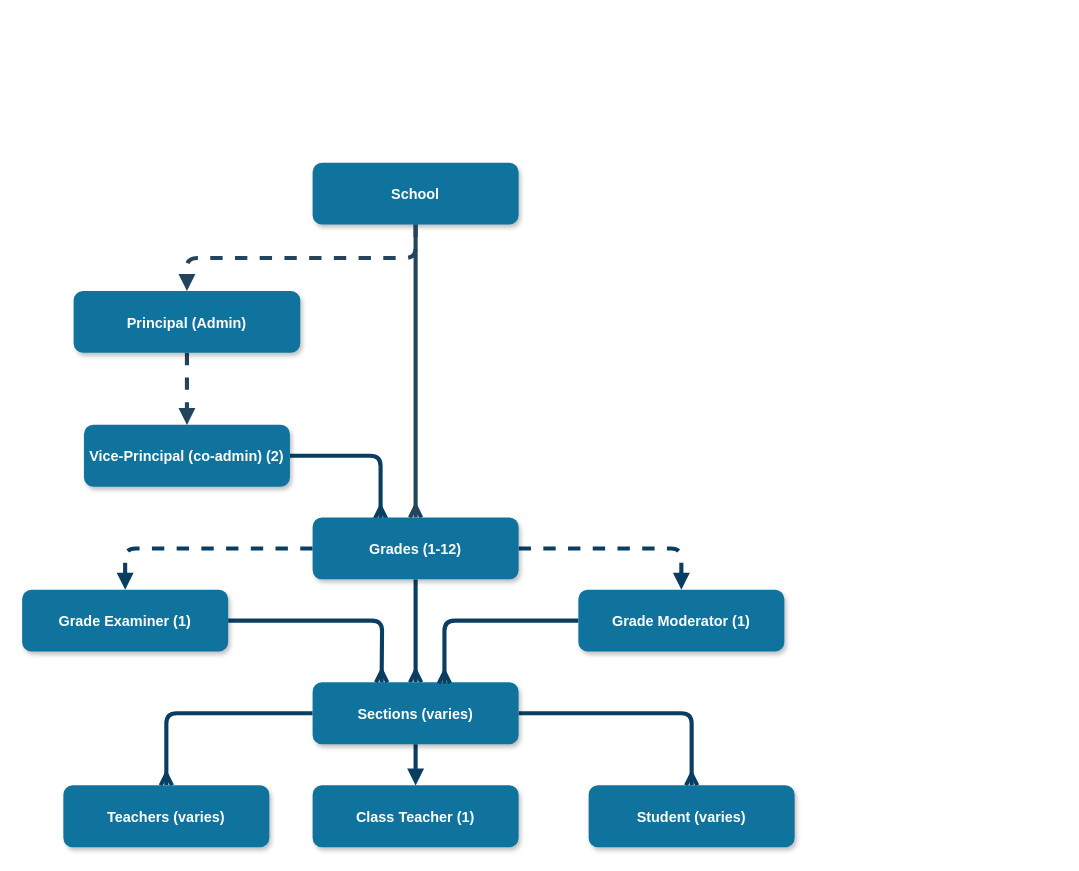
Earlier version of the draw.io diagram veschool-relation-flow.drawio (KRTirtho/veschool-diagrams). Source tidied: cells renumbered, new cells numbered last; positions are measured from the earlier drawing's top-left corner, leaving out a move shared by most shapes. Both pictures are drawn from the tidied source at 103%, with x=0, y=0 at pixel (22, 163).
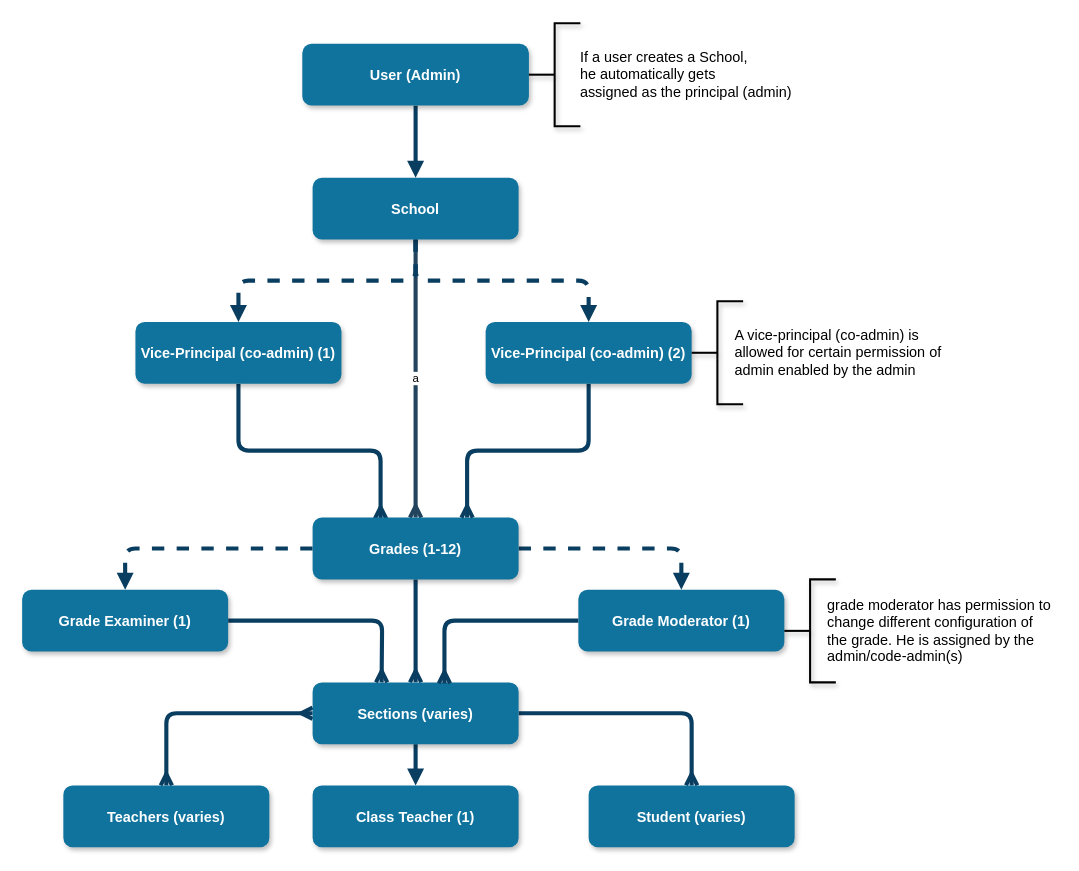
Above is the later version.

The change refers to these unchanged cells:
```xml
<mxCell id="12" value="Grades (1-12)" style="rounded=1;fillColor=#10739E;strokeColor=none;shadow=1;gradientColor=none;fontStyle=1;fontColor=#FFFFFF;fontSize=14;" parent="1" vertex="1">
  <mxGeometry x="282" y="344" width="200" height="60" as="geometry" />
</mxCell>
<mxCell id="16" value="Sections (varies)" style="rounded=1;fillColor=#10739E;strokeColor=none;shadow=1;gradientColor=none;fontStyle=1;fontColor=#FFFFFF;fontSize=14;" parent="1" vertex="1">
  <mxGeometry x="282" y="504" width="200" height="60" as="geometry" />
</mxCell>
<mxCell id="20" value="Teachers (varies)" style="rounded=1;fillColor=#10739E;strokeColor=none;shadow=1;gradientColor=none;fontStyle=1;fontColor=#FFFFFF;fontSize=14;" parent="1" vertex="1">
  <mxGeometry x="40" y="604" width="200" height="60" as="geometry" />
</mxCell>
<mxCell id="23" value="Grade Examiner (1)" style="rounded=1;fillColor=#10739E;strokeColor=none;shadow=1;gradientColor=none;fontStyle=1;fontColor=#FFFFFF;fontSize=14;" parent="1" vertex="1">
  <mxGeometry y="414" width="200" height="60" as="geometry" />
</mxCell>
```

What changed in the source:
```diff
@@
-    <mxCell id="2" style="edgeStyle=elbowEdgeStyle;jettySize=auto;elbow=vertical;html=1;entryX=0.5;entryY=0;entryDx=0;entryDy=0;endArrow=ERmany;endFill=0;strokeColor=#23445D;strokeWidth=4;" parent="1" edge="1" source="3" target="12">
+    <mxCell id="2" value="a" style="edgeStyle=elbowEdgeStyle;jettySize=auto;elbow=vertical;html=1;entryX=0.5;entryY=0;entryDx=0;entryDy=0;endArrow=ERmany;endFill=0;strokeColor=#23445D;strokeWidth=4;" parent="1" edge="1" source="3" target="12">
       <mxGeometry relative="1" as="geometry" />
     </mxCell>
+    <mxCell id="24" style="edgeStyle=orthogonalEdgeStyle;jettySize=auto;html=1;entryX=0.5;entryY=0;entryDx=0;entryDy=0;startFill=0;endArrow=block;endFill=1;strokeColor=#0A3E61;strokeWidth=4;dashed=1;" parent="1" edge="1" source="3" target="29">
+      <mxGeometry relative="1" as="geometry" />
+    </mxCell>
+    <mxCell id="25" style="edgeStyle=orthogonalEdgeStyle;jettySize=auto;html=1;entryX=0.5;entryY=0;entryDx=0;entryDy=0;dashed=1;fontSize=14;fontColor=#FFFFFF;startFill=0;endArrow=block;endFill=1;strokeColor=#0A3E61;strokeWidth=4;" parent="1" edge="1" source="3" target="7">
+      <mxGeometry relative="1" as="geometry" />
+    </mxCell>
     <mxCell id="3" value="School" style="rounded=1;fillColor=#10739E;strokeColor=none;shadow=1;gradientColor=none;fontStyle=1;fontColor=#FFFFFF;fontSize=14;" parent="1" vertex="1">
-      <mxGeometry x="282" y="-0.5" width="200" height="60" as="geometry" />
+      <mxGeometry x="282" y="14" width="200" height="60" as="geometry" />
     </mxCell>
-    <mxCell id="4" style="edgeStyle=elbowEdgeStyle;jettySize=auto;elbow=vertical;html=1;entryX=0.5;entryY=0;entryDx=0;entryDy=0;endArrow=block;endFill=1;strokeColor=#23445D;strokeWidth=4;dashed=1;" parent="1" edge="1" source="5" target="7">
-      <mxGeometry relative="1" as="geometry" />
-    </mxCell>
-    <mxCell id="5" value="Principal (Admin)" style="rounded=1;fillColor=#10739E;strokeColor=none;shadow=1;gradientColor=none;fontStyle=1;fontColor=#FFFFFF;fontSize=14;" parent="1" vertex="1">
-      <mxGeometry x="50" y="124" width="220" height="60" as="geometry" />
-    </mxCell>
-    <mxCell id="6" style="edgeStyle=orthogonalEdgeStyle;jettySize=auto;html=1;startFill=0;endArrow=ERmany;endFill=0;strokeColor=#0A3E61;strokeWidth=4;entryX=0.33;entryY=0.017;entryDx=0;entryDy=0;entryPerimeter=0;" parent="1" edge="1" source="7" target="12">
-      <mxGeometry relative="1" as="geometry" />
-    </mxCell>
-    <mxCell id="7" value="Vice-Principal (co-admin) (2)" style="rounded=1;fillColor=#10739E;strokeColor=none;shadow=1;gradientColor=none;fontStyle=1;fontColor=#FFFFFF;fontSize=14;" parent="1" vertex="1">
-      <mxGeometry x="60" y="254" width="200" height="60" as="geometry" />
-    </mxCell>
-    <mxCell id="8" style="edgeStyle=elbowEdgeStyle;elbow=vertical;strokeWidth=4;endArrow=block;endFill=1;fontStyle=1;strokeColor=#23445D;dashed=1;" parent="1" edge="1" source="3" target="5">
-      <mxGeometry x="22" y="165.5" as="geometry" />
-    </mxCell>
+    <mxCell id="26" style="edgeStyle=orthogonalEdgeStyle;jettySize=auto;html=1;entryX=0.5;entryY=0;entryDx=0;entryDy=0;startFill=0;endArrow=block;endFill=1;strokeColor=#0A3E61;strokeWidth=4;" parent="1" edge="1" source="27" target="3">
+      <mxGeometry relative="1" as="geometry" />
+    </mxCell>
+    <mxCell id="27" value="User (Admin)" style="rounded=1;fillColor=#10739E;strokeColor=none;shadow=1;gradientColor=none;fontStyle=1;fontColor=#FFFFFF;fontSize=14;" parent="1" vertex="1">
+      <mxGeometry x="272" y="-116" width="220" height="60" as="geometry" />
+    </mxCell>
+    <mxCell id="28" style="edgeStyle=orthogonalEdgeStyle;jettySize=auto;html=1;startFill=0;endArrow=ERmany;endFill=0;strokeColor=#0A3E61;strokeWidth=4;entryX=0.33;entryY=0.017;entryDx=0;entryDy=0;entryPerimeter=0;" parent="1" edge="1" source="29" target="12">
+      <mxGeometry relative="1" as="geometry" />
+    </mxCell>
+    <mxCell id="29" value="Vice-Principal (co-admin) (1)" style="rounded=1;fillColor=#10739E;strokeColor=none;shadow=1;gradientColor=none;fontStyle=1;fontColor=#FFFFFF;fontSize=14;" parent="1" vertex="1">
+      <mxGeometry x="110" y="154" width="200" height="60" as="geometry" />
+    </mxCell>
@@
-    <mxCell id="13" style="edgeStyle=orthogonalEdgeStyle;jettySize=auto;html=1;startFill=0;endArrow=ERmany;endFill=0;strokeColor=#0A3E61;strokeWidth=4;" parent="1" edge="1" source="16" target="20">
+    <mxCell id="13" style="edgeStyle=orthogonalEdgeStyle;jettySize=auto;html=1;startFill=0;endArrow=ERmany;endFill=0;strokeColor=#0A3E61;strokeWidth=4;startArrow=ERmany;" parent="1" edge="1" source="16" target="20">
       <mxGeometry relative="1" as="geometry" />
     </mxCell>
@@
-    <mxCell id="22" style="edgeStyle=orthogonalEdgeStyle;jettySize=auto;html=1;startFill=0;endArrow=ERmany;endFill=0;strokeColor=#0A3E61;strokeWidth=4;" parent="1" edge="1" source="23">
-      <mxGeometry relative="1" as="geometry">
-        <mxPoint x="349" y="504" as="targetPoint" />
-      </mxGeometry>
-    </mxCell>
+    <mxCell id="30" style="edgeStyle=orthogonalEdgeStyle;jettySize=auto;html=1;startFill=0;endArrow=ERmany;endFill=0;strokeColor=#0A3E61;strokeWidth=4;" parent="1" edge="1" source="23">
+      <mxGeometry relative="1" as="geometry">
+        <mxPoint x="349" y="504" as="targetPoint" />
+      </mxGeometry>
+    </mxCell>
@@
+    <mxCell id="6" style="edgeStyle=orthogonalEdgeStyle;jettySize=auto;html=1;entryX=0.75;entryY=0;entryDx=0;entryDy=0;fontSize=14;fontColor=#FFFFFF;startFill=0;endArrow=ERmany;endFill=0;strokeColor=#0A3E61;strokeWidth=4;" parent="1" edge="1" source="7" target="12">
+      <mxGeometry relative="1" as="geometry" />
+    </mxCell>
+    <mxCell id="7" value="Vice-Principal (co-admin) (2)" style="rounded=1;fillColor=#10739E;strokeColor=none;shadow=1;gradientColor=none;fontStyle=1;fontColor=#FFFFFF;fontSize=14;" parent="1" vertex="1">
+      <mxGeometry x="450" y="154" width="200" height="60" as="geometry" />
+    </mxCell>
+    <mxCell id="31" style="strokeWidth=2;html=1;shape=mxgraph.flowchart.annotation_2;align=left;labelPosition=right;rounded=1;shadow=1;fontSize=14;fontColor=#FFFFFF;fillColor=#10739E;" parent="1" vertex="1">
+      <mxGeometry x="492" y="-136" width="50" height="100" as="geometry" />
+    </mxCell>
+    <mxCell id="32" value="&lt;font color=&quot;#000000&quot;&gt;If a user creates a School,&lt;br&gt;he automatically gets &lt;br&gt;assigned as the principal (admin)&lt;/font&gt;" style="text;html=1;align=left;verticalAlign=middle;strokeColor=none;fontSize=14;fontColor=#FFFFFF;" parent="1" vertex="1">
+      <mxGeometry x="540" y="-116" width="220" height="60" as="geometry" />
+    </mxCell>
+    <mxCell id="33" style="strokeWidth=2;html=1;shape=mxgraph.flowchart.annotation_2;align=left;labelPosition=right;rounded=1;shadow=1;fontSize=14;fontColor=#FFFFFF;fillColor=#10739E;" parent="1" vertex="1">
+      <mxGeometry x="650" y="134" width="50" height="100" as="geometry" />
+    </mxCell>
+    <mxCell id="34" value="&lt;font color=&quot;#000000&quot;&gt;A vice-principal (co-admin) is &lt;br&gt;allowed for certain permission of &lt;br&gt;admin enabled by the admin&amp;nbsp;&amp;nbsp;&lt;br&gt;&lt;/font&gt;" style="text;html=1;align=left;verticalAlign=middle;strokeColor=none;fontSize=14;fontColor=#FFFFFF;" parent="1" vertex="1">
+      <mxGeometry x="690" y="154" width="220" height="60" as="geometry" />
+    </mxCell>
+    <mxCell id="35" value="&lt;font color=&quot;#000000&quot;&gt;grade moderator has permission to&lt;br&gt;change different configuration of&lt;br&gt;the grade. He is assigned by the&lt;br&gt;admin/code-admin(s)&lt;br&gt;&lt;/font&gt;" style="text;html=1;align=left;verticalAlign=middle;strokeColor=none;fontSize=14;fontColor=#FFFFFF;" parent="1" vertex="1">
+      <mxGeometry x="780" y="419" width="230" height="70" as="geometry" />
+    </mxCell>
+    <mxCell id="36" style="strokeWidth=2;html=1;shape=mxgraph.flowchart.annotation_2;align=left;labelPosition=right;rounded=1;shadow=1;fontSize=14;fontColor=#FFFFFF;fillColor=#10739E;" parent="1" vertex="1">
+      <mxGeometry x="740" y="404" width="50" height="100" as="geometry" />
+    </mxCell>
```
